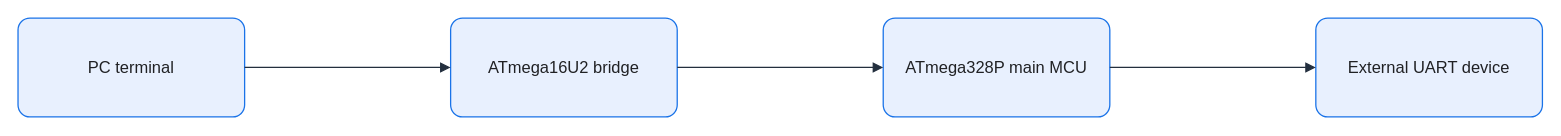
Earlier version of the draw.io diagram assets/img/hardware/usb-serial-bridge-flow.drawio (KKamJi98/kkamji98.github.io). Source tidied: cells renumbered, new cells numbered last; positions are measured from the earlier drawing's top-left corner, leaving out a move shared by most shapes. Both pictures are drawn from the tidied source at 103%, with x=0, y=0 at pixel (18, 18).
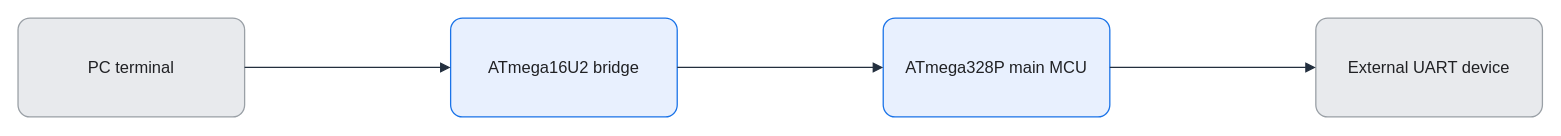
The same page after the edit.

The edit, as a diff of the source:
```diff
@@
 <mxGraphModel background="#FFFFFF">
   <root>
     <mxCell id="0" />
     <mxCell id="1" parent="0" />
-    <mxCell id="2" value="PC terminal" style="rounded=1;arcSize=12;whiteSpace=wrap;html=0;fillColor=#E8F0FE;strokeColor=#1A73E8;strokeWidth=1.25;fontColor=#202124;fontSize=16;align=center;verticalAlign=middle;spacing=8;shadow=0;" parent="1" vertex="1">
+    <mxCell id="2" value="PC terminal" style="rounded=1;arcSize=12;whiteSpace=wrap;html=0;fillColor=#E8EAED;strokeColor=#9AA0A6;strokeWidth=1.25;fontColor=#202124;fontSize=16;align=center;verticalAlign=middle;spacing=8;shadow=0;" parent="1" vertex="1">
       <mxGeometry width="220" height="96" as="geometry" />
     </mxCell>
     <mxCell id="3" value="ATmega16U2 bridge" style="rounded=1;arcSize=12;whiteSpace=wrap;html=0;fillColor=#E8F0FE;strokeColor=#1A73E8;strokeWidth=1.25;fontColor=#202124;fontSize=16;align=center;verticalAlign=middle;spacing=8;shadow=0;" parent="1" vertex="1">
       <mxGeometry x="420" width="220" height="96" as="geometry" />
     </mxCell>
     <mxCell id="4" value="ATmega328P main MCU" style="rounded=1;arcSize=12;whiteSpace=wrap;html=0;fillColor=#E8F0FE;strokeColor=#1A73E8;strokeWidth=1.25;fontColor=#202124;fontSize=16;align=center;verticalAlign=middle;spacing=8;shadow=0;" parent="1" vertex="1">
       <mxGeometry x="840" width="220" height="96" as="geometry" />
     </mxCell>
-    <mxCell id="5" value="External UART device" style="rounded=1;arcSize=12;whiteSpace=wrap;html=0;fillColor=#E8F0FE;strokeColor=#1A73E8;strokeWidth=1.25;fontColor=#202124;fontSize=16;align=center;verticalAlign=middle;spacing=8;shadow=0;" parent="1" vertex="1">
+    <mxCell id="5" value="External UART device" style="rounded=1;arcSize=12;whiteSpace=wrap;html=0;fillColor=#E8EAED;strokeColor=#9AA0A6;strokeWidth=1.25;fontColor=#202124;fontSize=16;align=center;verticalAlign=middle;spacing=8;shadow=0;" parent="1" vertex="1">
       <mxGeometry x="1260" width="220" height="96" as="geometry" />
     </mxCell>
     <mxCell id="6" style="edgeStyle=orthogonalEdgeStyle;rounded=0;jettySize=auto;html=0;endArrow=block;endFill=1;strokeColor=#232F3E;strokeWidth=1.25;fontColor=#202124;labelBackgroundColor=none;exitX=1;exitY=0.5;exitDx=0;exitDy=0;entryX=0;entryY=0.5;entryDx=0;entryDy=0;endSize=7;" parent="1" edge="1" source="2" target="3">
       <mxGeometry relative="1" as="geometry" />
     </mxCell>
     <mxCell id="7" style="edgeStyle=orthogonalEdgeStyle;rounded=0;jettySize=auto;html=0;endArrow=block;endFill=1;strokeColor=#232F3E;strokeWidth=1.25;fontColor=#202124;labelBackgroundColor=none;exitX=1;exitY=0.5;exitDx=0;exitDy=0;entryX=0;entryY=0.5;entryDx=0;entryDy=0;endSize=7;" parent="1" edge="1" source="3" target="4">
       <mxGeometry relative="1" as="geometry" />
     </mxCell>
     <mxCell id="8" style="edgeStyle=orthogonalEdgeStyle;rounded=0;jettySize=auto;html=0;endArrow=block;endFill=1;strokeColor=#232F3E;strokeWidth=1.25;fontColor=#202124;labelBackgroundColor=none;exitX=1;exitY=0.5;exitDx=0;exitDy=0;entryX=0;entryY=0.5;entryDx=0;entryDy=0;endSize=7;" parent="1" edge="1" source="4" target="5">
       <mxGeometry relative="1" as="geometry" />
     </mxCell>
   </root>
 </mxGraphModel>
```
